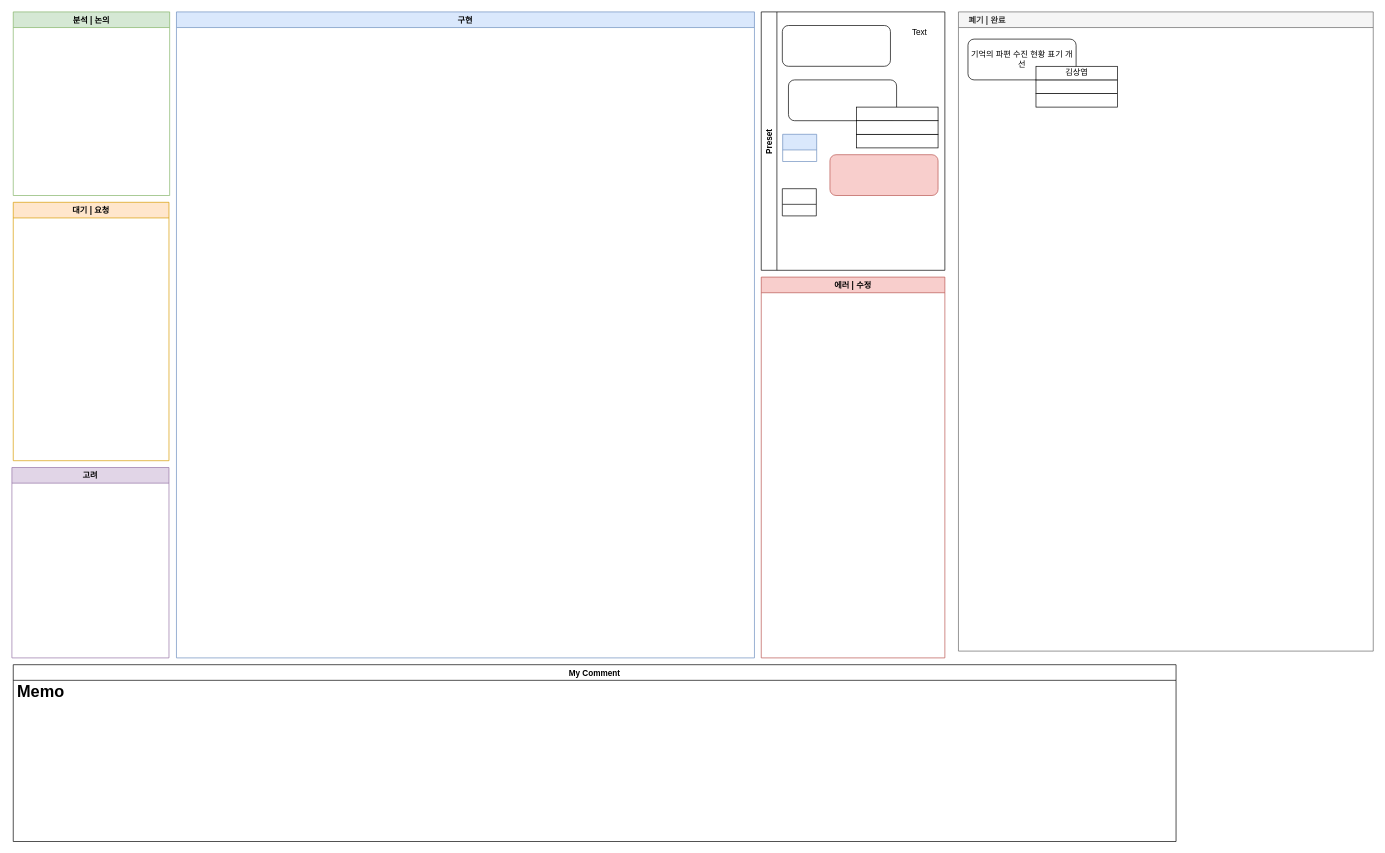
Before: 현상수배 모드.drawio in Endorr/Job-Board, a draw.io diagram. Source tidied: cells renumbered, new cells numbered last; positions are measured from the earlier drawing's top-left corner, leaving out a move shared by most shapes. Both pictures are drawn from the tidied source at 68%, with x=0, y=0 at pixel (12, 12).
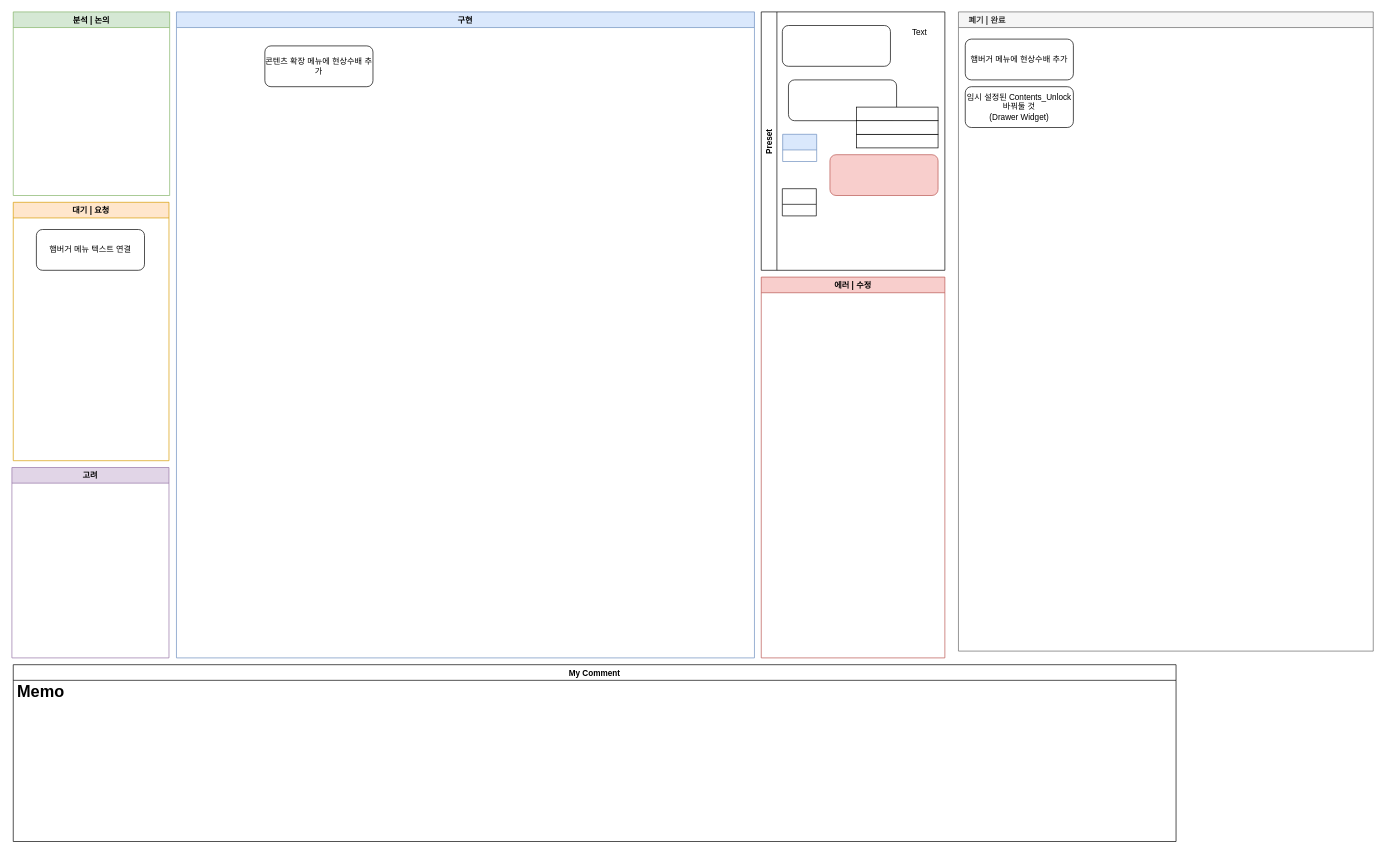
Above is the later version.

Commit message:
현상수배 모드.drawio 업데이트

The change refers to these unchanged cells:
```xml
<mxCell id="2" value="구현" style="swimlane;fillColor=#dae8fc;strokeColor=#6c8ebf;" parent="1" vertex="1">
  <mxGeometry x="242" width="850" height="950" as="geometry" />
</mxCell>
<mxCell id="4" value="대기 | 요청" style="swimlane;strokeColor=#d79b00;fillColor=#ffe6cc;" parent="1" vertex="1">
  <mxGeometry x="2" y="280" width="229" height="380" as="geometry" />
</mxCell>
<mxCell id="5" value="    폐기 | 완료" style="swimlane;strokeColor=#666666;fillColor=#f5f5f5;fontColor=#333333;align=left;" parent="1" vertex="1">
  <mxGeometry x="1392" width="610" height="940" as="geometry" />
</mxCell>
```

Diff of the diagram source:
```diff
@@
+    <mxCell id="26" value="콘텐츠 확장 메뉴에 현상수배 추가" style="rounded=1;whiteSpace=wrap;html=1;" parent="2" vertex="1">
+      <mxGeometry x="130" y="50" width="159" height="60" as="geometry" />
+    </mxCell>
@@
+    <mxCell id="27" value="햄버거 메뉴 텍스트 연결" style="rounded=1;whiteSpace=wrap;html=1;" parent="4" vertex="1">
+      <mxGeometry x="34" y="40" width="159" height="60" as="geometry" />
+    </mxCell>
@@
-    <mxCell id="6" style="group;" parent="5" vertex="1">
-      <mxGeometry x="14" y="40" width="220" height="100" as="geometry" />
-    </mxCell>
-    <mxCell id="7" style="rounded=0;whiteSpace=wrap;html=1;" parent="6" vertex="1">
-      <mxGeometry x="100" y="80" width="120" height="20" as="geometry" />
-    </mxCell>
-    <mxCell id="8" value="기억의 파편 수진 현황 표기 개선" style="rounded=1;whiteSpace=wrap;html=1;" parent="6" vertex="1">
-      <mxGeometry width="159" height="60" as="geometry" />
-    </mxCell>
-    <mxCell id="9" style="rounded=0;whiteSpace=wrap;html=1;" parent="6" vertex="1">
-      <mxGeometry x="100" y="60" width="120" height="20" as="geometry" />
-    </mxCell>
-    <mxCell id="10" value="김상엽" style="rounded=0;whiteSpace=wrap;html=1;" parent="6" vertex="1">
-      <mxGeometry x="100" y="40" width="120" height="20" as="geometry" />
-    </mxCell>
+    <mxCell id="28" value="햄버거 메뉴에 현상수배 추가" style="rounded=1;whiteSpace=wrap;html=1;" parent="5" vertex="1">
+      <mxGeometry x="10" y="40" width="159" height="60" as="geometry" />
+    </mxCell>
+    <mxCell id="29" value="임시 설정된 Contents_Unlock 바꿔둘 것&lt;div&gt;(Drawer Widget)&lt;/div&gt;" style="rounded=1;whiteSpace=wrap;html=1;" parent="5" vertex="1">
+      <mxGeometry x="10" y="110" width="159" height="60" as="geometry" />
+    </mxCell>
```
